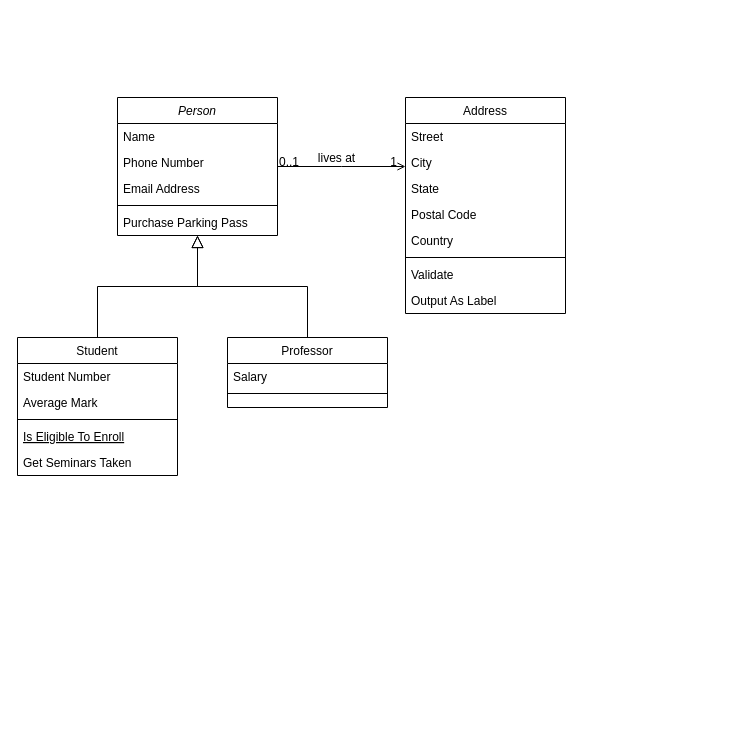
Earlier version of the draw.io diagram Untitled Diagram.drawio (camilo-avendano1/Reto3). Source tidied: cells renumbered, new cells numbered last; positions are measured from the earlier drawing's top-left corner, leaving out a move shared by most shapes. Both pictures are drawn from the tidied source at 100%, with x=0, y=0 at pixel (17, 97).
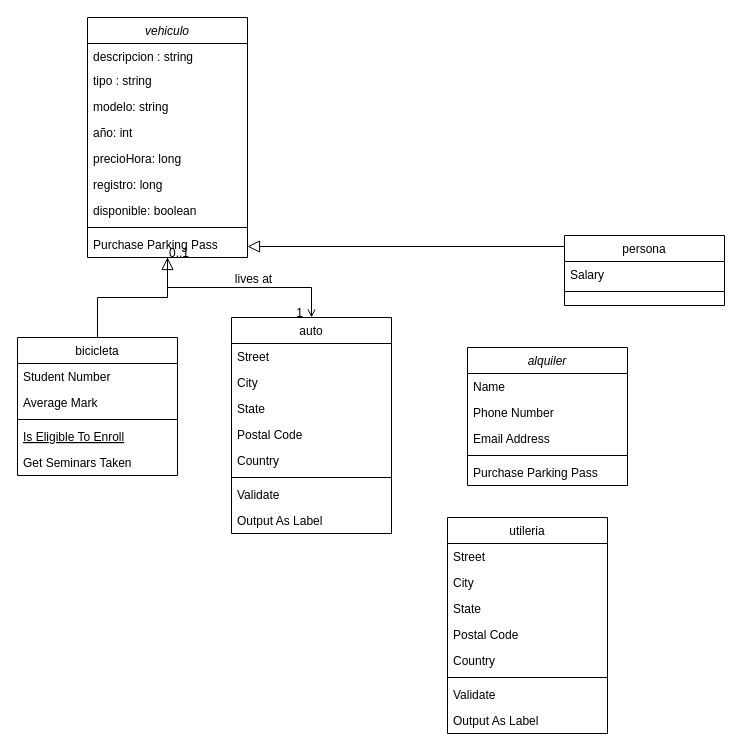
After the change.

Change to the diagram source:
```diff
@@
-    <mxCell id="2" value="Person" style="swimlane;fontStyle=2;align=center;verticalAlign=top;horizontal=1;startSize=26;rounded=0;shadow=0;strokeWidth=1;" parent="1" vertex="1">
-      <mxGeometry x="100" width="160" height="138" as="geometry" />
+    <mxCell id="2" value="vehiculo" style="swimlane;fontStyle=2;align=center;verticalAlign=top;horizontal=1;startSize=26;rounded=0;shadow=0;strokeWidth=1;" parent="1" vertex="1">
+      <mxGeometry x="70" y="-80" width="160" height="240" as="geometry" />
     </mxCell>
-    <mxCell id="3" value="Name" style="text;align=left;verticalAlign=top;spacingLeft=4;spacingRight=4;overflow=hidden;" parent="2" vertex="1">
-      <mxGeometry y="26" width="160" height="26" as="geometry" />
+    <mxCell id="3" value="descripcion : string" style="text;align=left;verticalAlign=top;spacingLeft=4;spacingRight=4;overflow=hidden;" parent="2" vertex="1">
+      <mxGeometry y="26" width="160" height="24" as="geometry" />
     </mxCell>
-    <mxCell id="4" value="Phone Number" style="text;align=left;verticalAlign=top;spacingLeft=4;spacingRight=4;overflow=hidden;rounded=0;shadow=0;html=0;" parent="2" vertex="1">
-      <mxGeometry y="52" width="160" height="26" as="geometry" />
+    <mxCell id="4" value="tipo : string" style="text;align=left;verticalAlign=top;spacingLeft=4;spacingRight=4;overflow=hidden;rounded=0;shadow=0;html=0;" parent="2" vertex="1">
+      <mxGeometry y="50" width="160" height="26" as="geometry" />
     </mxCell>
+    <mxCell id="32" value="modelo: string" style="text;align=left;verticalAlign=top;spacingLeft=4;spacingRight=4;overflow=hidden;rounded=0;shadow=0;html=0;" parent="2" vertex="1">
+      <mxGeometry y="76" width="160" height="26" as="geometry" />
+    </mxCell>
-    <mxCell id="5" value="Email Address" style="text;align=left;verticalAlign=top;spacingLeft=4;spacingRight=4;overflow=hidden;rounded=0;shadow=0;html=0;" parent="2" vertex="1">
-      <mxGeometry y="78" width="160" height="26" as="geometry" />
+    <mxCell id="5" value="año: int" style="text;align=left;verticalAlign=top;spacingLeft=4;spacingRight=4;overflow=hidden;rounded=0;shadow=0;html=0;" parent="2" vertex="1">
+      <mxGeometry y="102" width="160" height="26" as="geometry" />
     </mxCell>
+    <mxCell id="33" value="precioHora: long" style="text;align=left;verticalAlign=top;spacingLeft=4;spacingRight=4;overflow=hidden;rounded=0;shadow=0;html=0;" parent="2" vertex="1">
+      <mxGeometry y="128" width="160" height="26" as="geometry" />
+    </mxCell>
+    <mxCell id="34" value="registro: long" style="text;align=left;verticalAlign=top;spacingLeft=4;spacingRight=4;overflow=hidden;rounded=0;shadow=0;html=0;" parent="2" vertex="1">
+      <mxGeometry y="154" width="160" height="26" as="geometry" />
+    </mxCell>
+    <mxCell id="35" value="disponible: boolean" style="text;align=left;verticalAlign=top;spacingLeft=4;spacingRight=4;overflow=hidden;rounded=0;shadow=0;html=0;" parent="2" vertex="1">
+      <mxGeometry y="180" width="160" height="26" as="geometry" />
+    </mxCell>
     <mxCell id="6" style="line;html=1;strokeWidth=1;align=left;verticalAlign=middle;spacingTop=-1;spacingLeft=3;spacingRight=3;labelPosition=right;" parent="2" vertex="1">
-      <mxGeometry y="104" width="160" height="8" as="geometry" />
+      <mxGeometry y="206" width="160" height="8" as="geometry" />
     </mxCell>
     <mxCell id="7" value="Purchase Parking Pass" style="text;align=left;verticalAlign=top;spacingLeft=4;spacingRight=4;overflow=hidden;" parent="2" vertex="1">
-      <mxGeometry y="112" width="160" height="26" as="geometry" />
+      <mxGeometry y="214" width="160" height="26" as="geometry" />
     </mxCell>
-    <mxCell id="8" value="Student" style="swimlane;fontStyle=0;align=center;verticalAlign=top;horizontal=1;startSize=26;rounded=0;shadow=0;strokeWidth=1;" parent="1" vertex="1">
+    <mxCell id="8" value="bicicleta" style="swimlane;fontStyle=0;align=center;verticalAlign=top;horizontal=1;startSize=26;rounded=0;shadow=0;strokeWidth=1;" parent="1" vertex="1">
       <mxGeometry y="240" width="160" height="138" as="geometry" />
     </mxCell>
@@
-    <mxCell id="15" value="Professor" style="swimlane;fontStyle=0;align=center;verticalAlign=top;horizontal=1;startSize=26;rounded=0;shadow=0;strokeWidth=1;" parent="1" vertex="1">
-      <mxGeometry x="210" y="240" width="160" height="70" as="geometry" />
+    <mxCell id="15" value="persona" style="swimlane;fontStyle=0;align=center;verticalAlign=top;horizontal=1;startSize=26;rounded=0;shadow=0;strokeWidth=1;" parent="1" vertex="1">
+      <mxGeometry x="547" y="138" width="160" height="70" as="geometry" />
     </mxCell>
@@
-    <mxCell id="19" value="Address" style="swimlane;fontStyle=0;align=center;verticalAlign=top;horizontal=1;startSize=26;rounded=0;shadow=0;strokeWidth=1;" parent="1" vertex="1">
-      <mxGeometry x="388" width="160" height="216" as="geometry" />
+    <mxCell id="19" value="auto" style="swimlane;fontStyle=0;align=center;verticalAlign=top;horizontal=1;startSize=26;rounded=0;shadow=0;strokeWidth=1;" parent="1" vertex="1">
+      <mxGeometry x="214" y="220" width="160" height="216" as="geometry" />
     </mxCell>
@@
+    <mxCell id="36" value="alquiler" style="swimlane;fontStyle=2;align=center;verticalAlign=top;horizontal=1;startSize=26;rounded=0;shadow=0;strokeWidth=1;" parent="1" vertex="1">
+      <mxGeometry x="450" y="250" width="160" height="138" as="geometry" />
+    </mxCell>
+    <mxCell id="37" value="Name" style="text;align=left;verticalAlign=top;spacingLeft=4;spacingRight=4;overflow=hidden;" parent="36" vertex="1">
+      <mxGeometry y="26" width="160" height="26" as="geometry" />
+    </mxCell>
+    <mxCell id="38" value="Phone Number" style="text;align=left;verticalAlign=top;spacingLeft=4;spacingRight=4;overflow=hidden;rounded=0;shadow=0;html=0;" parent="36" vertex="1">
+      <mxGeometry y="52" width="160" height="26" as="geometry" />
+    </mxCell>
+    <mxCell id="39" value="Email Address" style="text;align=left;verticalAlign=top;spacingLeft=4;spacingRight=4;overflow=hidden;rounded=0;shadow=0;html=0;" parent="36" vertex="1">
+      <mxGeometry y="78" width="160" height="26" as="geometry" />
+    </mxCell>
+    <mxCell id="40" style="line;html=1;strokeWidth=1;align=left;verticalAlign=middle;spacingTop=-1;spacingLeft=3;spacingRight=3;labelPosition=right;" parent="36" vertex="1">
+      <mxGeometry y="104" width="160" height="8" as="geometry" />
+    </mxCell>
+    <mxCell id="41" value="Purchase Parking Pass" style="text;align=left;verticalAlign=top;spacingLeft=4;spacingRight=4;overflow=hidden;" parent="36" vertex="1">
+      <mxGeometry y="112" width="160" height="26" as="geometry" />
+    </mxCell>
+    <mxCell id="42" value="utileria" style="swimlane;fontStyle=0;align=center;verticalAlign=top;horizontal=1;startSize=26;rounded=0;shadow=0;strokeWidth=1;" parent="1" vertex="1">
+      <mxGeometry x="430" y="420" width="160" height="216" as="geometry" />
+    </mxCell>
+    <mxCell id="43" value="Street" style="text;align=left;verticalAlign=top;spacingLeft=4;spacingRight=4;overflow=hidden;" parent="42" vertex="1">
+      <mxGeometry y="26" width="160" height="26" as="geometry" />
+    </mxCell>
+    <mxCell id="44" value="City" style="text;align=left;verticalAlign=top;spacingLeft=4;spacingRight=4;overflow=hidden;rounded=0;shadow=0;html=0;" parent="42" vertex="1">
+      <mxGeometry y="52" width="160" height="26" as="geometry" />
+    </mxCell>
+    <mxCell id="45" value="State" style="text;align=left;verticalAlign=top;spacingLeft=4;spacingRight=4;overflow=hidden;rounded=0;shadow=0;html=0;" parent="42" vertex="1">
+      <mxGeometry y="78" width="160" height="26" as="geometry" />
+    </mxCell>
+    <mxCell id="46" value="Postal Code" style="text;align=left;verticalAlign=top;spacingLeft=4;spacingRight=4;overflow=hidden;rounded=0;shadow=0;html=0;" parent="42" vertex="1">
+      <mxGeometry y="104" width="160" height="26" as="geometry" />
+    </mxCell>
+    <mxCell id="47" value="Country" style="text;align=left;verticalAlign=top;spacingLeft=4;spacingRight=4;overflow=hidden;rounded=0;shadow=0;html=0;" parent="42" vertex="1">
+      <mxGeometry y="130" width="160" height="26" as="geometry" />
+    </mxCell>
+    <mxCell id="48" style="line;html=1;strokeWidth=1;align=left;verticalAlign=middle;spacingTop=-1;spacingLeft=3;spacingRight=3;labelPosition=right;" parent="42" vertex="1">
+      <mxGeometry y="156" width="160" height="8" as="geometry" />
+    </mxCell>
+    <mxCell id="49" value="Validate" style="text;align=left;verticalAlign=top;spacingLeft=4;spacingRight=4;overflow=hidden;" parent="42" vertex="1">
+      <mxGeometry y="164" width="160" height="26" as="geometry" />
+    </mxCell>
+    <mxCell id="50" value="Output As Label" style="text;align=left;verticalAlign=top;spacingLeft=4;spacingRight=4;overflow=hidden;" parent="42" vertex="1">
+      <mxGeometry y="190" width="160" height="26" as="geometry" />
+    </mxCell>
```
